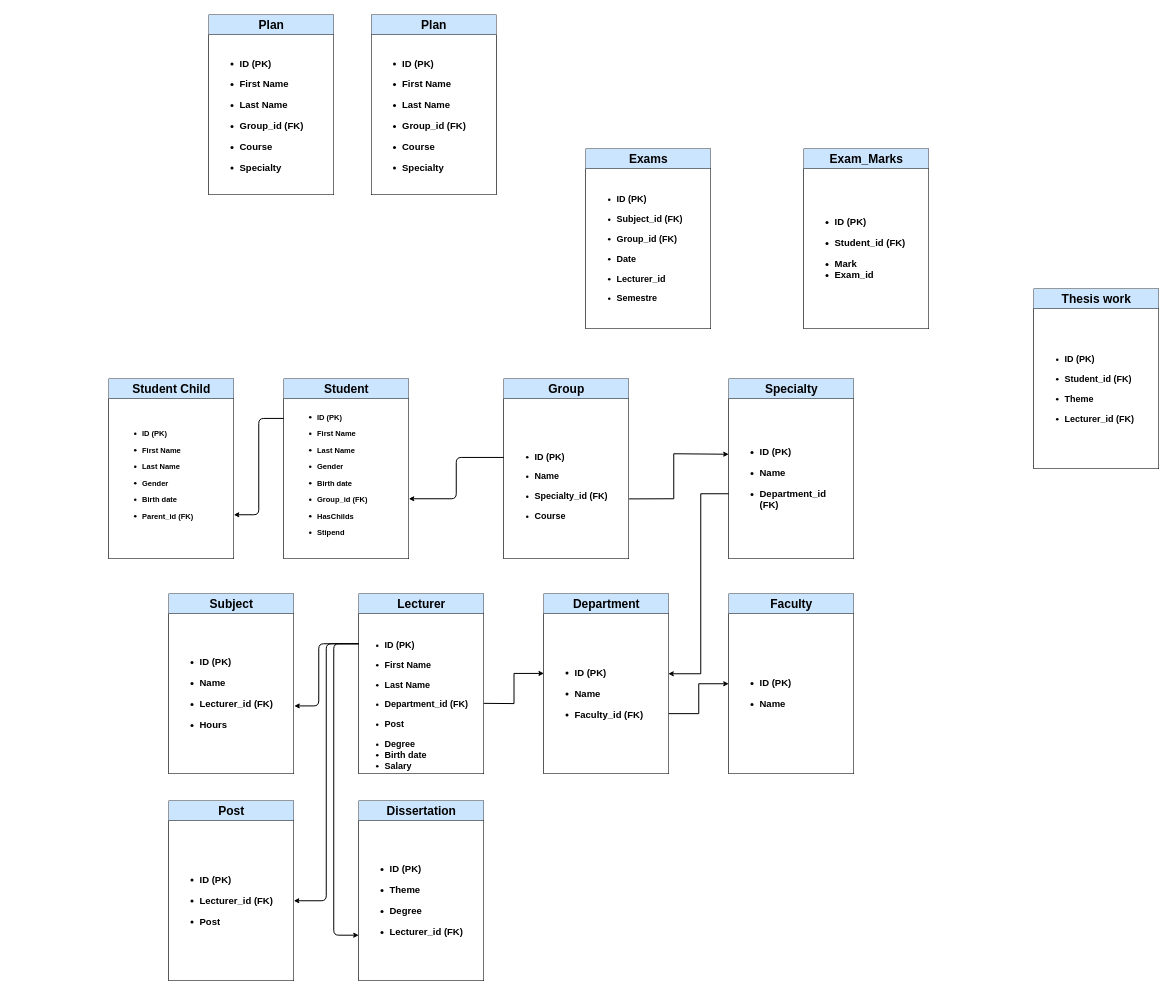
Above: BD for my project.drawio in Ind1gozzz/yii2-php (draw.io), before the change. Source tidied: cells renumbered, new cells numbered last; positions are measured from the earlier drawing's top-left corner, leaving out a move shared by most shapes. Both pictures are drawn from the tidied source at 50%, with x=0, y=0 at pixel (108, 14).
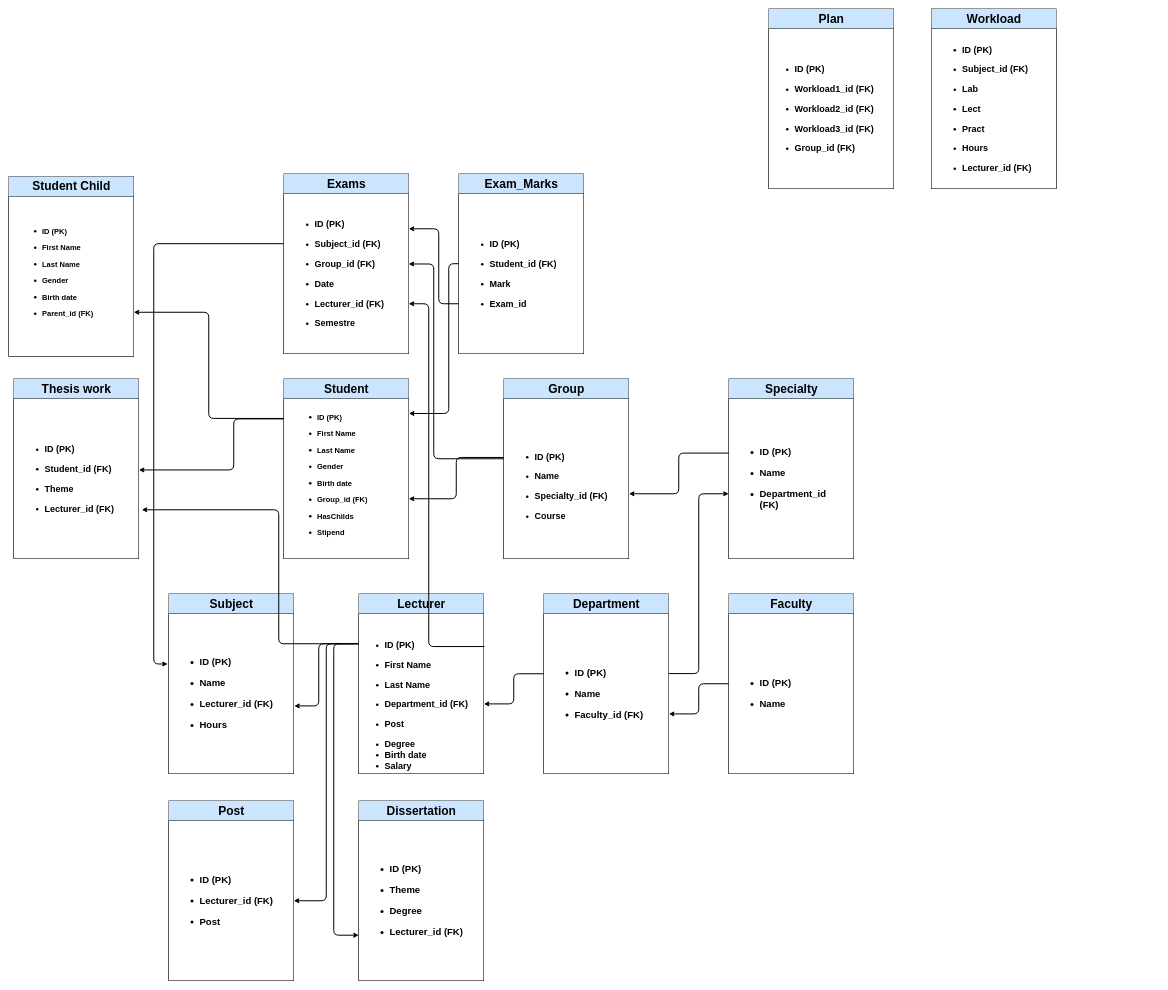
The same diagram, later.

The change refers to these unchanged cells:
```xml
<mxCell id="4" style="rounded=0;whiteSpace=wrap;html=1;" parent="1" vertex="1">
  <mxGeometry x="350" y="768" width="250" height="320" as="geometry" />
</mxCell>
<mxCell id="8" style="rounded=0;whiteSpace=wrap;html=1;" parent="1" vertex="1">
  <mxGeometry x="870" y="1198" width="250" height="320" as="geometry" />
</mxCell>
<mxCell id="12" style="rounded=0;whiteSpace=wrap;html=1;" parent="1" vertex="1">
  <mxGeometry x="500" y="1198" width="250" height="320" as="geometry" />
</mxCell>
<mxCell id="16" style="rounded=0;whiteSpace=wrap;html=1;" parent="1" vertex="1">
  <mxGeometry x="1240" y="1198" width="250" height="320" as="geometry" />
</mxCell>
<mxCell id="20" style="rounded=0;whiteSpace=wrap;html=1;" parent="1" vertex="1">
  <mxGeometry x="1240" y="768" width="250" height="320" as="geometry" />
</mxCell>
<mxCell id="24" style="rounded=0;whiteSpace=wrap;html=1;" parent="1" vertex="1">
  <mxGeometry x="120" y="1198" width="250" height="320" as="geometry" />
</mxCell>
<mxCell id="30" style="rounded=0;whiteSpace=wrap;html=1;" parent="1" vertex="1">
  <mxGeometry x="790" y="768" width="250" height="320" as="geometry" />
</mxCell>
```

Diff of the diagram source:
```diff
@@
-    <mxCell id="26" style="edgeStyle=orthogonalEdgeStyle;rounded=0;jettySize=auto;html=1;entryX=0.002;entryY=0.373;entryDx=0;entryDy=0;entryPerimeter=0;strokeWidth=2;" parent="1" edge="1" target="8">
-      <mxGeometry relative="1" as="geometry">
-        <mxPoint x="750" y="1377.2" as="sourcePoint" />
-      </mxGeometry>
-    </mxCell>
-    <mxCell id="27" style="edgeStyle=orthogonalEdgeStyle;rounded=0;jettySize=auto;html=1;strokeWidth=2;" parent="1" edge="1" target="16">
-      <mxGeometry relative="1" as="geometry">
-        <mxPoint x="1120" y="1397.8" as="sourcePoint" />
-        <Array as="points">
-          <mxPoint x="1180" y="1398" />
-          <mxPoint x="1180" y="1338" />
-        </Array>
-      </mxGeometry>
-    </mxCell>
@@
     <mxCell id="32" style="rounded=0;whiteSpace=wrap;html=1;fillColor=#cce5ff;strokeColor=#36393d;" parent="1" vertex="1">
-      <mxGeometry x="200" width="250" height="360" as="geometry" />
+      <mxGeometry x="1320" y="-12" width="250" height="360" as="geometry" />
     </mxCell>
     <mxCell id="33" value="Plan" style="text;strokeColor=none;fillColor=none;html=1;fontSize=24;fontStyle=1;verticalAlign=middle;align=center;" parent="1" vertex="1">
-      <mxGeometry x="275" width="100" height="40" as="geometry" />
+      <mxGeometry x="1395" y="-12" width="100" height="40" as="geometry" />
     </mxCell>
     <mxCell id="34" style="rounded=0;whiteSpace=wrap;html=1;" parent="1" vertex="1">
-      <mxGeometry x="200" y="40" width="250" height="320" as="geometry" />
+      <mxGeometry x="1320" y="28" width="250" height="320" as="geometry" />
     </mxCell>
-    <mxCell id="35" value="&lt;h1&gt;&lt;/h1&gt;&lt;h3&gt;&lt;/h3&gt;&lt;h5&gt;&lt;/h5&gt;&lt;h6&gt;&lt;/h6&gt;&lt;h3 style=&quot;line-height: 100% ; font-size: 13px&quot;&gt;&lt;/h3&gt;&lt;h1 style=&quot;font-size: 18px ; line-height: 90%&quot;&gt;&lt;/h1&gt;&lt;h3 style=&quot;font-size: 15px&quot;&gt;&lt;/h3&gt;&lt;h3 style=&quot;line-height: 120% ; font-size: 19px&quot;&gt;&lt;ul&gt;&lt;li&gt;ID (PK)&lt;/li&gt;&lt;/ul&gt;&lt;ul&gt;&lt;li&gt;First Name&lt;/li&gt;&lt;/ul&gt;&lt;ul&gt;&lt;li&gt;Last Name&lt;/li&gt;&lt;/ul&gt;&lt;ul&gt;&lt;li&gt;Group_id (FK)&lt;/li&gt;&lt;/ul&gt;&lt;ul&gt;&lt;li&gt;Course&lt;/li&gt;&lt;/ul&gt;&lt;ul&gt;&lt;li&gt;Specialty&lt;/li&gt;&lt;/ul&gt;&lt;/h3&gt;" style="text;strokeColor=none;fillColor=none;html=1;whiteSpace=wrap;verticalAlign=middle;overflow=hidden;" parent="1" vertex="1">
-      <mxGeometry x="220" y="65" width="210" height="270" as="geometry" />
+    <mxCell id="35" value="&lt;h1&gt;&lt;/h1&gt;&lt;h3&gt;&lt;/h3&gt;&lt;h5&gt;&lt;/h5&gt;&lt;h6&gt;&lt;/h6&gt;&lt;h3 style=&quot;line-height: 100% ; font-size: 13px&quot;&gt;&lt;/h3&gt;&lt;h1 style=&quot;font-size: 18px ; line-height: 90%&quot;&gt;&lt;/h1&gt;&lt;h3 style=&quot;font-size: 15px&quot;&gt;&lt;/h3&gt;&lt;h3 style=&quot;line-height: 120% ; font-size: 19px&quot;&gt;&lt;h2&gt;&lt;ul&gt;&lt;li&gt;ID (PK)&lt;/li&gt;&lt;/ul&gt;&lt;ul&gt;&lt;li&gt;Workload1_id (FK)&lt;/li&gt;&lt;/ul&gt;&lt;ul&gt;&lt;li&gt;Workload2_id (FK)&lt;/li&gt;&lt;/ul&gt;&lt;ul&gt;&lt;li&gt;Workload3_id (FK)&lt;/li&gt;&lt;/ul&gt;&lt;ul&gt;&lt;li&gt;Group_id (FK)&lt;/li&gt;&lt;/ul&gt;&lt;/h2&gt;&lt;/h3&gt;" style="text;strokeColor=none;fillColor=none;html=1;whiteSpace=wrap;verticalAlign=middle;overflow=hidden;" parent="1" vertex="1">
+      <mxGeometry x="1330" y="53" width="220" height="270" as="geometry" />
     </mxCell>
     <mxCell id="36" style="rounded=0;whiteSpace=wrap;html=1;fillColor=#cce5ff;strokeColor=#36393d;" parent="1" vertex="1">
-      <mxGeometry x="525" width="250" height="360" as="geometry" />
+      <mxGeometry x="1645" y="-12" width="250" height="360" as="geometry" />
     </mxCell>
-    <mxCell id="37" value="Plan" style="text;strokeColor=none;fillColor=none;html=1;fontSize=24;fontStyle=1;verticalAlign=middle;align=center;" parent="1" vertex="1">
-      <mxGeometry x="600" width="100" height="40" as="geometry" />
+    <mxCell id="37" value="Workload" style="text;strokeColor=none;fillColor=none;html=1;fontSize=24;fontStyle=1;verticalAlign=middle;align=center;" parent="1" vertex="1">
+      <mxGeometry x="1720" y="-12" width="100" height="40" as="geometry" />
     </mxCell>
     <mxCell id="38" style="rounded=0;whiteSpace=wrap;html=1;" parent="1" vertex="1">
-      <mxGeometry x="525" y="40" width="250" height="320" as="geometry" />
+      <mxGeometry x="1645" y="28" width="250" height="320" as="geometry" />
     </mxCell>
-    <mxCell id="39" value="&lt;h1&gt;&lt;/h1&gt;&lt;h3&gt;&lt;/h3&gt;&lt;h5&gt;&lt;/h5&gt;&lt;h6&gt;&lt;/h6&gt;&lt;h3 style=&quot;line-height: 100% ; font-size: 13px&quot;&gt;&lt;/h3&gt;&lt;h1 style=&quot;font-size: 18px ; line-height: 90%&quot;&gt;&lt;/h1&gt;&lt;h3 style=&quot;font-size: 15px&quot;&gt;&lt;/h3&gt;&lt;h3 style=&quot;line-height: 120% ; font-size: 19px&quot;&gt;&lt;ul&gt;&lt;li&gt;ID (PK)&lt;/li&gt;&lt;/ul&gt;&lt;ul&gt;&lt;li&gt;First Name&lt;/li&gt;&lt;/ul&gt;&lt;ul&gt;&lt;li&gt;Last Name&lt;/li&gt;&lt;/ul&gt;&lt;ul&gt;&lt;li&gt;Group_id (FK)&lt;/li&gt;&lt;/ul&gt;&lt;ul&gt;&lt;li&gt;Course&lt;/li&gt;&lt;/ul&gt;&lt;ul&gt;&lt;li&gt;Specialty&lt;/li&gt;&lt;/ul&gt;&lt;/h3&gt;" style="text;strokeColor=none;fillColor=none;html=1;whiteSpace=wrap;verticalAlign=middle;overflow=hidden;" parent="1" vertex="1">
-      <mxGeometry x="545" y="65" width="210" height="270" as="geometry" />
+    <mxCell id="39" value="&lt;h1&gt;&lt;/h1&gt;&lt;h3&gt;&lt;/h3&gt;&lt;h5&gt;&lt;/h5&gt;&lt;h6&gt;&lt;/h6&gt;&lt;h3 style=&quot;line-height: 100% ; font-size: 13px&quot;&gt;&lt;/h3&gt;&lt;h1 style=&quot;font-size: 18px ; line-height: 90%&quot;&gt;&lt;/h1&gt;&lt;h3 style=&quot;font-size: 15px&quot;&gt;&lt;/h3&gt;&lt;h3 style=&quot;line-height: 120% ; font-size: 19px&quot;&gt;&lt;/h3&gt;&lt;h2&gt;&lt;h2&gt;&lt;ul&gt;&lt;li&gt;ID (PK)&lt;/li&gt;&lt;/ul&gt;&lt;ul&gt;&lt;li&gt;Subject_id (FK)&lt;/li&gt;&lt;/ul&gt;&lt;ul&gt;&lt;li&gt;Lab&lt;/li&gt;&lt;/ul&gt;&lt;ul&gt;&lt;li&gt;Lect&lt;/li&gt;&lt;/ul&gt;&lt;ul&gt;&lt;li&gt;Pract&lt;/li&gt;&lt;/ul&gt;&lt;ul&gt;&lt;li&gt;Hours&lt;/li&gt;&lt;/ul&gt;&lt;ul&gt;&lt;li&gt;Lecturer_id (FK)&lt;/li&gt;&lt;/ul&gt;&lt;/h2&gt;&lt;/h2&gt;" style="text;strokeColor=none;fillColor=none;html=1;whiteSpace=wrap;verticalAlign=middle;overflow=hidden;" parent="1" vertex="1">
+      <mxGeometry x="1665" y="38" width="210" height="290" as="geometry" />
     </mxCell>
-    <mxCell id="40" style="edgeStyle=orthogonalEdgeStyle;rounded=0;orthogonalLoop=1;jettySize=auto;html=1;strokeWidth=2;" parent="1" edge="1">
-      <mxGeometry relative="1" as="geometry">
-        <mxPoint x="1240" y="958" as="sourcePoint" />
-        <mxPoint x="1119" y="1318" as="targetPoint" />
-        <Array as="points">
-          <mxPoint x="1184" y="958" />
-          <mxPoint x="1184" y="1318" />
-          <mxPoint x="1119" y="1318" />
-        </Array>
-      </mxGeometry>
-    </mxCell>
-    <mxCell id="41" style="edgeStyle=orthogonalEdgeStyle;rounded=0;jettySize=auto;html=1;strokeWidth=2;exitX=1.001;exitY=0.626;exitDx=0;exitDy=0;exitPerimeter=0;" parent="1" edge="1" source="30">
-      <mxGeometry relative="1" as="geometry">
-        <mxPoint x="1240" y="879" as="targetPoint" />
-        <Array as="points">
-          <mxPoint x="1042" y="968" />
-          <mxPoint x="1130" y="968" />
-          <mxPoint x="1130" y="878" />
-          <mxPoint x="1240" y="878" />
-        </Array>
-      </mxGeometry>
-    </mxCell>
@@
     <mxCell id="46" style="rounded=0;whiteSpace=wrap;html=1;fillColor=#cce5ff;strokeColor=#36393d;" parent="1" vertex="1">
-      <mxGeometry x="954" y="268" width="250" height="360" as="geometry" />
+      <mxGeometry x="350" y="318" width="250" height="360" as="geometry" />
     </mxCell>
     <mxCell id="47" value="Exams" style="text;strokeColor=none;fillColor=none;html=1;fontSize=24;fontStyle=1;verticalAlign=middle;align=center;" parent="1" vertex="1">
-      <mxGeometry x="1029" y="268" width="100" height="40" as="geometry" />
+      <mxGeometry x="425" y="318" width="100" height="40" as="geometry" />
     </mxCell>
     <mxCell id="48" style="rounded=0;whiteSpace=wrap;html=1;" parent="1" vertex="1">
-      <mxGeometry x="954" y="308" width="250" height="320" as="geometry" />
+      <mxGeometry x="350" y="358" width="250" height="320" as="geometry" />
     </mxCell>
-    <mxCell id="49" value="&lt;h1&gt;&lt;/h1&gt;&lt;h3&gt;&lt;/h3&gt;&lt;h5&gt;&lt;/h5&gt;&lt;h6&gt;&lt;/h6&gt;&lt;h3 style=&quot;line-height: 100% ; font-size: 13px&quot;&gt;&lt;/h3&gt;&lt;h1 style=&quot;font-size: 18px ; line-height: 90%&quot;&gt;&lt;/h1&gt;&lt;h3 style=&quot;font-size: 15px&quot;&gt;&lt;/h3&gt;&lt;h3 style=&quot;line-height: 120% ; font-size: 19px&quot;&gt;&lt;/h3&gt;&lt;h2&gt;&lt;h2&gt;&lt;ul&gt;&lt;li&gt;ID (PK)&lt;/li&gt;&lt;/ul&gt;&lt;ul&gt;&lt;li&gt;Subject_id (FK)&lt;/li&gt;&lt;/ul&gt;&lt;ul&gt;&lt;li&gt;Group_id (FK)&lt;/li&gt;&lt;/ul&gt;&lt;ul&gt;&lt;li&gt;Date&lt;/li&gt;&lt;/ul&gt;&lt;ul&gt;&lt;li&gt;Lecturer_id&lt;/li&gt;&lt;/ul&gt;&lt;ul&gt;&lt;li&gt;Semestre&lt;/li&gt;&lt;/ul&gt;&lt;/h2&gt;&lt;/h2&gt;" style="text;strokeColor=none;fillColor=none;html=1;whiteSpace=wrap;verticalAlign=middle;overflow=hidden;" parent="1" vertex="1">
-      <mxGeometry x="974" y="333" width="210" height="270" as="geometry" />
+    <mxCell id="49" value="&lt;h1&gt;&lt;/h1&gt;&lt;h3&gt;&lt;/h3&gt;&lt;h5&gt;&lt;/h5&gt;&lt;h6&gt;&lt;/h6&gt;&lt;h3 style=&quot;line-height: 100% ; font-size: 13px&quot;&gt;&lt;/h3&gt;&lt;h1 style=&quot;font-size: 18px ; line-height: 90%&quot;&gt;&lt;/h1&gt;&lt;h3 style=&quot;font-size: 15px&quot;&gt;&lt;/h3&gt;&lt;h3 style=&quot;line-height: 120% ; font-size: 19px&quot;&gt;&lt;/h3&gt;&lt;h2&gt;&lt;/h2&gt;&lt;h2&gt;&lt;ul&gt;&lt;li&gt;ID (PK)&lt;/li&gt;&lt;/ul&gt;&lt;ul&gt;&lt;li&gt;Subject_id (FK)&lt;/li&gt;&lt;/ul&gt;&lt;ul&gt;&lt;li&gt;Group_id (FK)&lt;/li&gt;&lt;/ul&gt;&lt;ul&gt;&lt;li&gt;Date&lt;/li&gt;&lt;/ul&gt;&lt;ul&gt;&lt;li&gt;Lecturer_id (FK)&lt;/li&gt;&lt;/ul&gt;&lt;ul&gt;&lt;li&gt;Semestre&lt;/li&gt;&lt;/ul&gt;&lt;/h2&gt;" style="text;strokeColor=none;fillColor=none;html=1;whiteSpace=wrap;verticalAlign=middle;overflow=hidden;" parent="1" vertex="1">
+      <mxGeometry x="370" y="383" width="210" height="270" as="geometry" />
     </mxCell>
     <mxCell id="50" style="rounded=0;whiteSpace=wrap;html=1;fillColor=#cce5ff;strokeColor=#36393d;" parent="1" vertex="1">
-      <mxGeometry x="1390" y="268" width="250" height="360" as="geometry" />
+      <mxGeometry x="700" y="318" width="250" height="360" as="geometry" />
     </mxCell>
     <mxCell id="51" value="Exam_Marks" style="text;strokeColor=none;fillColor=none;html=1;fontSize=24;fontStyle=1;verticalAlign=middle;align=center;" parent="1" vertex="1">
-      <mxGeometry x="1465" y="268" width="100" height="40" as="geometry" />
+      <mxGeometry x="775" y="318" width="100" height="40" as="geometry" />
     </mxCell>
     <mxCell id="52" style="rounded=0;whiteSpace=wrap;html=1;" parent="1" vertex="1">
-      <mxGeometry x="1390" y="308" width="250" height="320" as="geometry" />
+      <mxGeometry x="700" y="358" width="250" height="320" as="geometry" />
     </mxCell>
-    <mxCell id="53" value="&lt;h1&gt;&lt;/h1&gt;&lt;h3&gt;&lt;/h3&gt;&lt;h5&gt;&lt;/h5&gt;&lt;h6&gt;&lt;/h6&gt;&lt;h3 style=&quot;line-height: 100% ; font-size: 13px&quot;&gt;&lt;/h3&gt;&lt;h1 style=&quot;font-size: 18px ; line-height: 90%&quot;&gt;&lt;/h1&gt;&lt;h3 style=&quot;font-size: 15px&quot;&gt;&lt;/h3&gt;&lt;h3 style=&quot;line-height: 120% ; font-size: 19px&quot;&gt;&lt;ul&gt;&lt;li&gt;ID (PK)&lt;/li&gt;&lt;/ul&gt;&lt;ul&gt;&lt;li&gt;Student_id (FK)&lt;/li&gt;&lt;/ul&gt;&lt;ul&gt;&lt;li&gt;Mark&lt;/li&gt;&lt;li&gt;Exam_id&lt;/li&gt;&lt;/ul&gt;&lt;/h3&gt;" style="text;strokeColor=none;fillColor=none;html=1;whiteSpace=wrap;verticalAlign=middle;overflow=hidden;" parent="1" vertex="1">
-      <mxGeometry x="1410" y="333" width="210" height="270" as="geometry" />
+    <mxCell id="53" value="&lt;h1&gt;&lt;/h1&gt;&lt;h3&gt;&lt;/h3&gt;&lt;h5&gt;&lt;/h5&gt;&lt;h6&gt;&lt;/h6&gt;&lt;h3 style=&quot;line-height: 100% ; font-size: 13px&quot;&gt;&lt;/h3&gt;&lt;h1 style=&quot;font-size: 18px ; line-height: 90%&quot;&gt;&lt;/h1&gt;&lt;h3 style=&quot;font-size: 15px&quot;&gt;&lt;/h3&gt;&lt;h3 style=&quot;line-height: 120% ; font-size: 19px&quot;&gt;&lt;h2&gt;&lt;ul&gt;&lt;li&gt;ID (PK)&lt;/li&gt;&lt;/ul&gt;&lt;ul&gt;&lt;li&gt;Student_id (FK)&lt;/li&gt;&lt;/ul&gt;&lt;ul&gt;&lt;li&gt;Mark&lt;/li&gt;&lt;/ul&gt;&lt;ul&gt;&lt;li&gt;Exam_id&lt;/li&gt;&lt;/ul&gt;&lt;/h2&gt;&lt;/h3&gt;" style="text;strokeColor=none;fillColor=none;html=1;whiteSpace=wrap;verticalAlign=middle;overflow=hidden;" parent="1" vertex="1">
+      <mxGeometry x="720" y="383" width="210" height="270" as="geometry" />
     </mxCell>
     <mxCell id="54" style="rounded=0;whiteSpace=wrap;html=1;fillColor=#cce5ff;strokeColor=#36393d;" parent="1" vertex="1">
-      <mxGeometry y="728" width="250" height="360" as="geometry" />
+      <mxGeometry x="-200" y="323" width="250" height="360" as="geometry" />
     </mxCell>
     <mxCell id="55" value="Student Child" style="text;strokeColor=none;fillColor=none;html=1;fontSize=24;fontStyle=1;verticalAlign=middle;align=center;" parent="1" vertex="1">
-      <mxGeometry x="75" y="728" width="100" height="40" as="geometry" />
+      <mxGeometry x="-125" y="323" width="100" height="40" as="geometry" />
     </mxCell>
     <mxCell id="56" style="rounded=0;whiteSpace=wrap;html=1;" parent="1" vertex="1">
-      <mxGeometry y="768" width="250" height="320" as="geometry" />
+      <mxGeometry x="-200" y="363" width="250" height="320" as="geometry" />
     </mxCell>
     <mxCell id="57" value="&lt;h1&gt;&lt;/h1&gt;&lt;h3&gt;&lt;/h3&gt;&lt;h5&gt;&lt;/h5&gt;&lt;h6&gt;&lt;/h6&gt;&lt;h3 style=&quot;line-height: 100% ; font-size: 13px&quot;&gt;&lt;/h3&gt;&lt;h1 style=&quot;font-size: 18px ; line-height: 90%&quot;&gt;&lt;/h1&gt;&lt;h3 style=&quot;font-size: 15px&quot;&gt;&lt;/h3&gt;&lt;h3 style=&quot;line-height: 120% ; font-size: 19px&quot;&gt;&lt;/h3&gt;&lt;h3&gt;&lt;/h3&gt;&lt;h4&gt;&lt;/h4&gt;&lt;h5&gt;&lt;/h5&gt;&lt;h3&gt;&lt;/h3&gt;&lt;h2&gt;&lt;/h2&gt;&lt;h2&gt;&lt;/h2&gt;&lt;h3&gt;&lt;/h3&gt;&lt;h2&gt;&lt;/h2&gt;&lt;h3 style=&quot;font-size: 17px&quot;&gt;&lt;/h3&gt;&lt;h3 style=&quot;font-size: 15px&quot;&gt;&lt;ul&gt;&lt;li&gt;ID (PK)&lt;/li&gt;&lt;/ul&gt;&lt;ul&gt;&lt;li&gt;First Name&lt;/li&gt;&lt;/ul&gt;&lt;ul&gt;&lt;li&gt;Last Name&lt;/li&gt;&lt;/ul&gt;&lt;ul&gt;&lt;li&gt;Gender&lt;/li&gt;&lt;/ul&gt;&lt;ul&gt;&lt;li&gt;Birth date&lt;/li&gt;&lt;/ul&gt;&lt;ul&gt;&lt;li&gt;Parent_id (FK)&lt;/li&gt;&lt;/ul&gt;&lt;/h3&gt;" style="text;strokeColor=none;fillColor=none;html=1;whiteSpace=wrap;verticalAlign=middle;overflow=hidden;" parent="1" vertex="1">
-      <mxGeometry x="25" y="758" width="210" height="320" as="geometry" />
+      <mxGeometry x="-175" y="353" width="210" height="320" as="geometry" />
     </mxCell>
@@
     <mxCell id="67" style="rounded=0;whiteSpace=wrap;html=1;fillColor=#cce5ff;strokeColor=#36393d;" parent="1" vertex="1">
-      <mxGeometry x="1850" y="548" width="250" height="360" as="geometry" />
+      <mxGeometry x="-190" y="728" width="250" height="360" as="geometry" />
     </mxCell>
     <mxCell id="68" value="Thesis work" style="text;strokeColor=none;fillColor=none;html=1;fontSize=24;fontStyle=1;verticalAlign=middle;align=center;" parent="1" vertex="1">
-      <mxGeometry x="1925" y="548" width="100" height="40" as="geometry" />
+      <mxGeometry x="-115" y="728" width="100" height="40" as="geometry" />
     </mxCell>
     <mxCell id="69" style="rounded=0;whiteSpace=wrap;html=1;" parent="1" vertex="1">
-      <mxGeometry x="1850" y="588" width="250" height="320" as="geometry" />
+      <mxGeometry x="-190" y="768" width="250" height="320" as="geometry" />
     </mxCell>
     <mxCell id="70" value="&lt;h1&gt;&lt;/h1&gt;&lt;h3&gt;&lt;/h3&gt;&lt;h5&gt;&lt;/h5&gt;&lt;h6&gt;&lt;/h6&gt;&lt;h3 style=&quot;line-height: 100% ; font-size: 13px&quot;&gt;&lt;/h3&gt;&lt;h1 style=&quot;font-size: 18px ; line-height: 90%&quot;&gt;&lt;/h1&gt;&lt;h3 style=&quot;font-size: 15px&quot;&gt;&lt;/h3&gt;&lt;h3 style=&quot;line-height: 120% ; font-size: 19px&quot;&gt;&lt;/h3&gt;&lt;h2&gt;&lt;/h2&gt;&lt;h2&gt;&lt;ul&gt;&lt;li&gt;ID (PK)&lt;/li&gt;&lt;/ul&gt;&lt;ul&gt;&lt;li&gt;Student_id (FK)&lt;/li&gt;&lt;/ul&gt;&lt;ul&gt;&lt;li&gt;Theme&lt;/li&gt;&lt;/ul&gt;&lt;ul&gt;&lt;li&gt;Lecturer_id (FK)&lt;/li&gt;&lt;/ul&gt;&lt;/h2&gt;" style="text;strokeColor=none;fillColor=none;html=1;whiteSpace=wrap;verticalAlign=middle;overflow=hidden;" parent="1" vertex="1">
-      <mxGeometry x="1870" y="613" width="210" height="270" as="geometry" />
+      <mxGeometry x="-170" y="793" width="210" height="270" as="geometry" />
     </mxCell>
+    <mxCell id="71" style="edgeStyle=elbowEdgeStyle;elbow=horizontal;endArrow=classic;html=1;strokeWidth=2;exitX=-0.001;exitY=0.123;exitDx=0;exitDy=0;exitPerimeter=0;entryX=1;entryY=0.219;entryDx=0;entryDy=0;entryPerimeter=0;" parent="1" edge="1" target="48">
+      <mxGeometry relative="1" as="geometry">
+        <mxPoint x="700" y="578" as="sourcePoint" />
+        <Array as="points">
+          <mxPoint x="660" y="528" />
+          <mxPoint x="650" y="508" />
+        </Array>
+      </mxGeometry>
+    </mxCell>
+    <mxCell id="72" style="edgeStyle=elbowEdgeStyle;elbow=horizontal;endArrow=classic;html=1;strokeWidth=2;exitX=-0.001;exitY=0.123;exitDx=0;exitDy=0;exitPerimeter=0;entryX=1.001;entryY=0.626;entryDx=0;entryDy=0;entryPerimeter=0;" parent="1" edge="1" target="8">
+      <mxGeometry relative="1" as="geometry">
+        <mxPoint x="1240" y="1338" as="sourcePoint" />
+      </mxGeometry>
+    </mxCell>
+    <mxCell id="73" style="edgeStyle=elbowEdgeStyle;elbow=horizontal;endArrow=classic;html=1;strokeWidth=2;exitX=-0.001;exitY=0.123;exitDx=0;exitDy=0;exitPerimeter=0;entryX=1.001;entryY=0.626;entryDx=0;entryDy=0;entryPerimeter=0;" parent="1" edge="1">
+      <mxGeometry relative="1" as="geometry">
+        <mxPoint x="870" y="1318" as="sourcePoint" />
+        <mxPoint x="750.2" y="1378.3" as="targetPoint" />
+      </mxGeometry>
+    </mxCell>
+    <mxCell id="74" style="edgeStyle=elbowEdgeStyle;elbow=horizontal;endArrow=classic;html=1;strokeWidth=2;entryX=0;entryY=0.594;entryDx=0;entryDy=0;entryPerimeter=0;exitX=1.001;exitY=0.374;exitDx=0;exitDy=0;exitPerimeter=0;" parent="1" edge="1" source="8" target="20">
+      <mxGeometry relative="1" as="geometry" />
+    </mxCell>
+    <mxCell id="75" style="edgeStyle=elbowEdgeStyle;elbow=horizontal;endArrow=classic;html=1;strokeWidth=2;exitX=-0.001;exitY=0.123;exitDx=0;exitDy=0;exitPerimeter=0;entryX=1.001;entryY=0.594;entryDx=0;entryDy=0;entryPerimeter=0;" parent="1" edge="1" target="30">
+      <mxGeometry relative="1" as="geometry">
+        <mxPoint x="1240" y="876.7" as="sourcePoint" />
+      </mxGeometry>
+    </mxCell>
+    <mxCell id="76" style="edgeStyle=elbowEdgeStyle;elbow=horizontal;endArrow=classic;html=1;strokeWidth=2;exitX=-0.001;exitY=0.123;exitDx=0;exitDy=0;exitPerimeter=0;entryX=-0.008;entryY=0.314;entryDx=0;entryDy=0;entryPerimeter=0;" parent="1" edge="1" target="24">
+      <mxGeometry relative="1" as="geometry">
+        <mxPoint x="350" y="457.9" as="sourcePoint" />
+        <Array as="points">
+          <mxPoint x="90" y="878" />
+        </Array>
+      </mxGeometry>
+    </mxCell>
+    <mxCell id="77" style="edgeStyle=elbowEdgeStyle;elbow=horizontal;endArrow=classic;html=1;strokeWidth=2;exitX=-0.001;exitY=0.123;exitDx=0;exitDy=0;exitPerimeter=0;entryX=1.001;entryY=0.092;entryDx=0;entryDy=0;entryPerimeter=0;" parent="1" edge="1" target="4">
+      <mxGeometry relative="1" as="geometry">
+        <mxPoint x="700" y="497.9" as="sourcePoint" />
+        <Array as="points">
+          <mxPoint x="680" y="648" />
+          <mxPoint x="650" y="427.9" />
+        </Array>
+      </mxGeometry>
+    </mxCell>
+    <mxCell id="78" style="edgeStyle=elbowEdgeStyle;elbow=horizontal;endArrow=classic;html=1;strokeWidth=2;entryX=0.999;entryY=0.439;entryDx=0;entryDy=0;entryPerimeter=0;" parent="1" edge="1" target="48">
+      <mxGeometry relative="1" as="geometry">
+        <mxPoint x="790" y="888" as="sourcePoint" />
+        <Array as="points">
+          <mxPoint x="650" y="558" />
+          <mxPoint x="660" y="437.9" />
+        </Array>
+      </mxGeometry>
+    </mxCell>
+    <mxCell id="79" style="edgeStyle=elbowEdgeStyle;elbow=horizontal;endArrow=classic;html=1;strokeWidth=2;entryX=0.999;entryY=0.439;entryDx=0;entryDy=0;entryPerimeter=0;exitX=1.006;exitY=0.205;exitDx=0;exitDy=0;exitPerimeter=0;" parent="1" edge="1" source="12">
+      <mxGeometry relative="1" as="geometry">
+        <mxPoint x="599.8" y="578" as="targetPoint" />
+        <Array as="points">
+          <mxPoint x="640" y="708" />
+          <mxPoint x="780" y="1178" />
+          <mxPoint x="640" y="778" />
+          <mxPoint x="660" y="517.4" />
+        </Array>
+      </mxGeometry>
+    </mxCell>
+    <mxCell id="80" style="edgeStyle=elbowEdgeStyle;elbow=horizontal;endArrow=classic;html=1;strokeWidth=2;exitX=0;exitY=0.126;exitDx=0;exitDy=0;exitPerimeter=0;entryX=1.001;entryY=0.445;entryDx=0;entryDy=0;entryPerimeter=0;" parent="1" edge="1" source="4" target="69">
+      <mxGeometry relative="1" as="geometry">
+        <Array as="points">
+          <mxPoint x="250" y="858" />
+        </Array>
+      </mxGeometry>
+    </mxCell>
+    <mxCell id="81" style="edgeStyle=elbowEdgeStyle;elbow=horizontal;endArrow=classic;html=1;strokeWidth=2;entryX=1.024;entryY=0.694;entryDx=0;entryDy=0;entryPerimeter=0;" parent="1" edge="1" target="69">
+      <mxGeometry relative="1" as="geometry">
+        <mxPoint x="490" y="1258" as="sourcePoint" />
+        <Array as="points">
+          <mxPoint x="340" y="1108" />
+        </Array>
+      </mxGeometry>
+    </mxCell>
```
